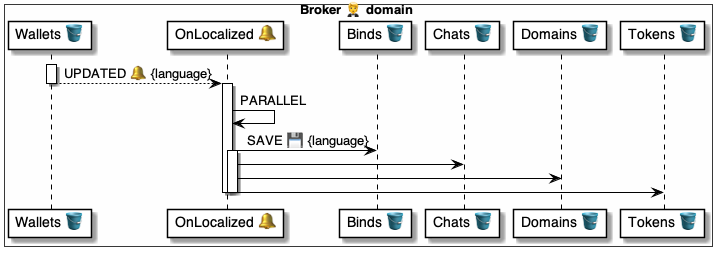
This is 4 ⚙️ Solution/20 🧑‍🦰 UI/Brokers 🤵/🤵🪣 Broker tables/Wallets 🧑‍🦰 table/🪣🧱 21 Localized 🔔/🤵 OnWalletLocalized ⚙️ uml.png from pollyweb-org/pollyweb-docs, a PlantUML export, as it was before one commit. Its source is kept beside it as 4 ⚙️ Solution/20 🧑‍🦰 UI/Brokers 🤵/🤵🪣 Broker tables/Wallets 🧑‍🦰 table/🪣🧱 21 Localized 🔔/🤵 OnWalletLocalized ⚙️ uml.puml. Source of this version:
```plantuml
@startuml OnWalletLocalized

box Broker 🤵 domain #FFFFFA
    participant "Wallets 🪣" as wallets
    participant "OnLocalized 🔔" as script
    participant "Binds 🪣" as binds
    participant "Chats 🪣" as chats
    participant "Domains 🪣" as domains
    participant "Tokens 🪣" as tokens
end box


activate wallets
    wallets --> script: UPDATED 🔔 {language}
deactivate wallets

activate script
    script -> script: PARALLEL
    script -> binds: SAVE 💾 {language}
    activate script
        script -> chats:
        script -> domains:
        script -> tokens:
    deactivate script
deactivate script



@enduml
```
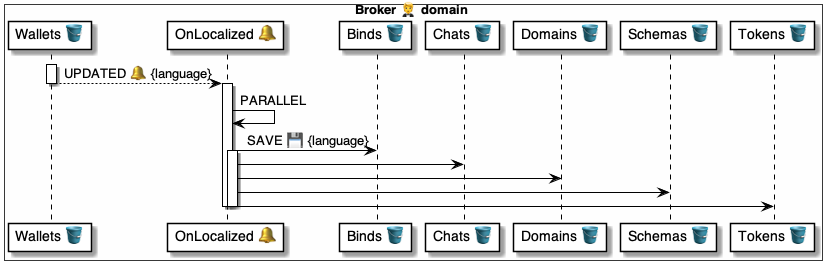
The same file after the commit.

Diff of the diagram source:
```diff
@@ -6,6 +6,7 @@
     participant "Binds 🪣" as binds
     participant "Chats 🪣" as chats
     participant "Domains 🪣" as domains
+    participant "Schemas 🪣" as schemas
     participant "Tokens 🪣" as tokens
 end box
 
@@ -20,6 +21,7 @@
     activate script
         script -> chats:
         script -> domains:
+        script -> schemas:
         script -> tokens:
     deactivate script
 deactivate script
```
